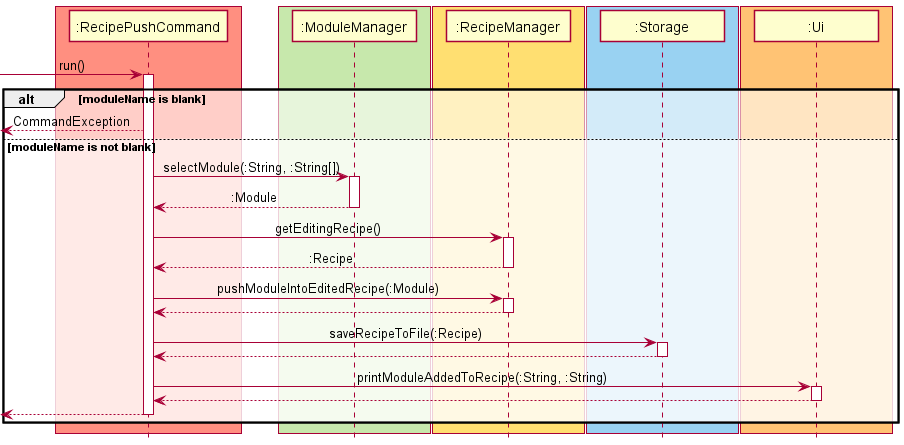
The PlantUML diagram docs/images/dg/RecipePushCommand.png in rizemon/tp, before a commit.
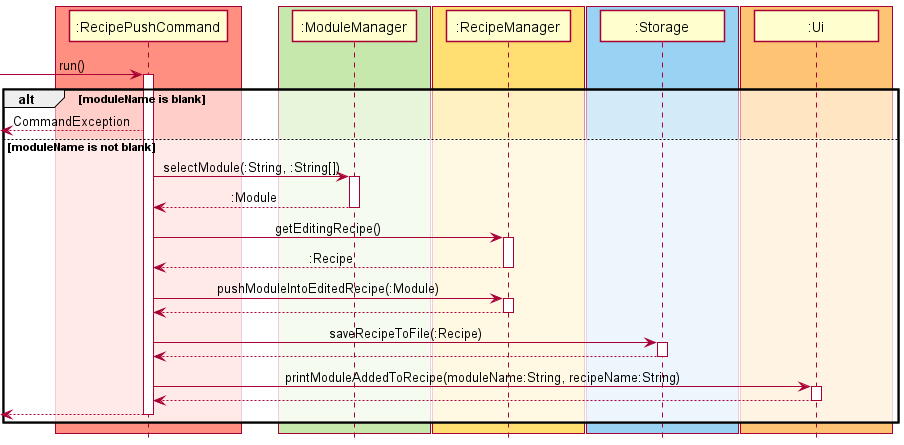
The same diagram one commit later.

Change to the diagram source:
```diff
@@ -43,7 +43,7 @@
   RecipePushCommand <-- Storage
   deactivate Storage
 
-  RecipePushCommand -> Ui: printModuleAddedToRecipe(:String, :String)
+  RecipePushCommand -> Ui: printModuleAddedToRecipe(moduleName:String, recipeName:String)
   activate Ui
   RecipePushCommand <-- Ui
   deactivate Ui
```
